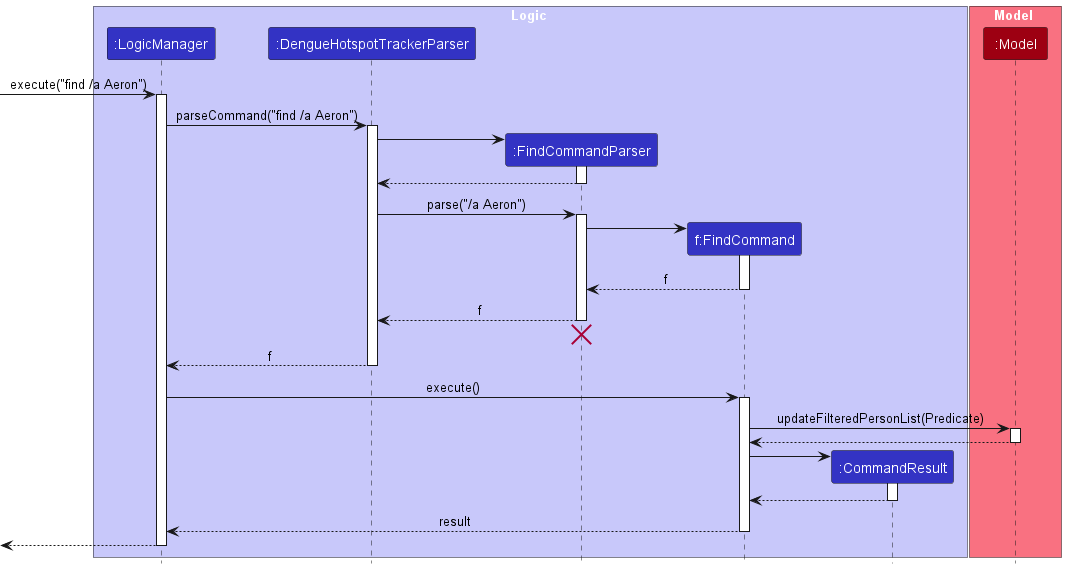
nus-cs2103-AY2223S2/tp keeps this PlantUML diagram as docs/images/PrefixFindSequenceDiagram.png. Above is the earlier version. Its source is kept beside it as docs/diagrams/dgplantuml/PrefixFindSequenceDiagram.puml. Source of this version:
```plantuml
@startuml
!include style.puml

box Logic LOGIC_COLOR_T1
participant ":LogicManager" as LogicManager LOGIC_COLOR
participant ":DengueHotspotTrackerParser" as DengueHotspotTrackerParser LOGIC_COLOR
participant ":FindCommandParser" as FindCommandParser LOGIC_COLOR
participant "f:FindCommand" as FindCommand LOGIC_COLOR
participant ":CommandResult" as CommandResult LOGIC_COLOR
end box

box Model MODEL_COLOR_T1
participant ":Model" as Model MODEL_COLOR
end box

[-> LogicManager : execute("find n/ Aeron")
activate LogicManager

LogicManager -> DengueHotspotTrackerParser : parseCommand("find n/ Aeron")
activate DengueHotspotTrackerParser

create FindCommandParser
DengueHotspotTrackerParser -> FindCommandParser
activate FindCommandParser

FindCommandParser --> DengueHotspotTrackerParser
deactivate FindCommandParser

DengueHotspotTrackerParser -> FindCommandParser : parse("n/ Aeron")
activate FindCommandParser

create FindCommand
FindCommandParser -> FindCommand
activate FindCommand

FindCommand --> FindCommandParser : f
deactivate FindCommand

FindCommandParser --> DengueHotspotTrackerParser : f
deactivate FindCommandParser
FindCommandParser -[hidden]-> DengueHotspotTrackerParser
destroy FindCommandParser

DengueHotspotTrackerParser --> LogicManager : f
deactivate DengueHotspotTrackerParser

LogicManager -> FindCommand : execute()
activate FindCommand

FindCommand -> Model : updateFilteredPersonList(Predicate)
activate Model

Model --> FindCommand
deactivate Model

create CommandResult
FindCommand -> CommandResult
activate CommandResult

CommandResult --> FindCommand
deactivate CommandResult

FindCommand --> LogicManager : result
deactivate FindCommand

[<--LogicManager
deactivate LogicManager
@enduml
```
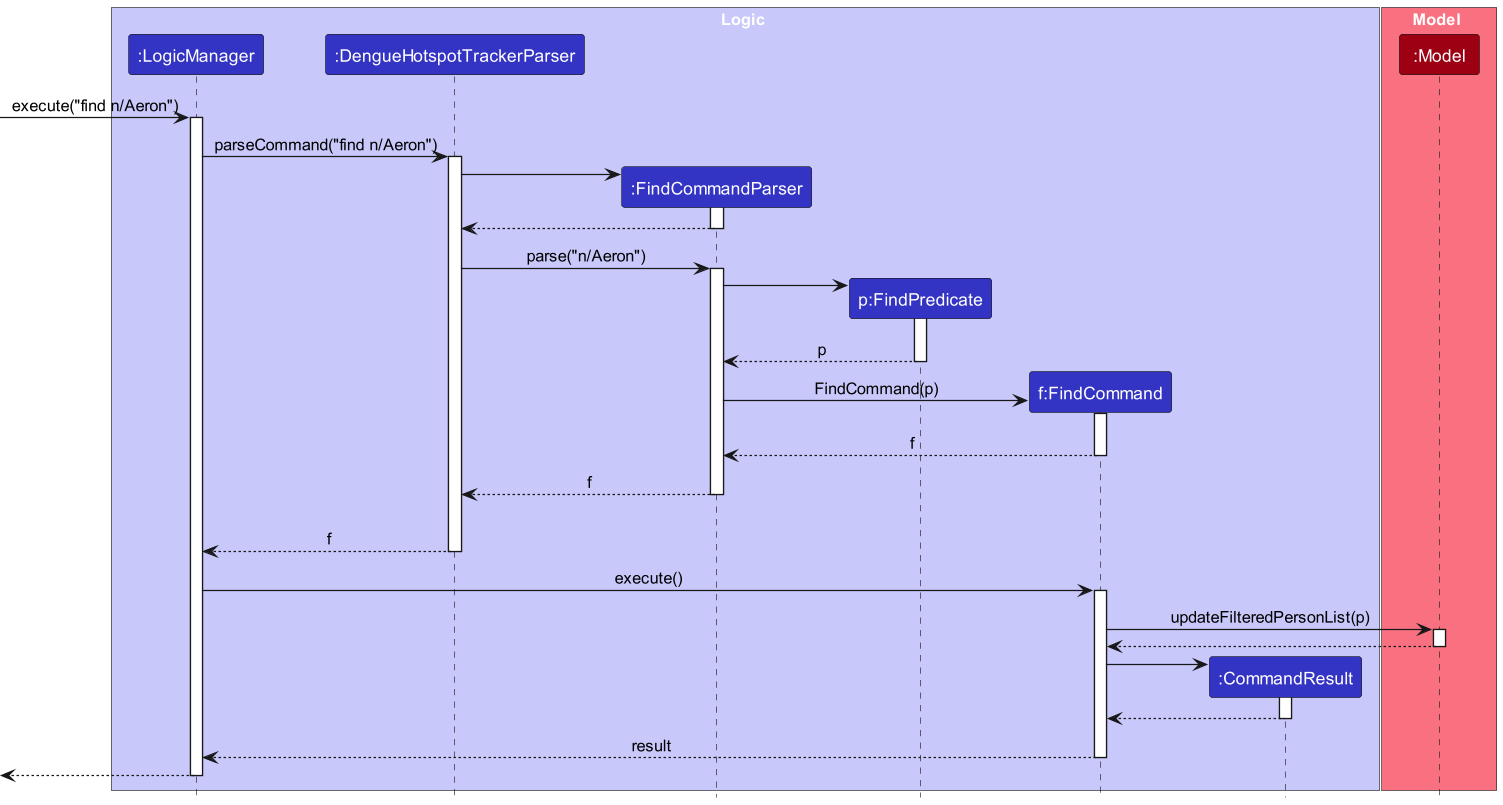
Later version of the same file.

Commit message:
Add find command sequence and activity diagrams

What changed in the source:
```diff
@@ -5,6 +5,7 @@
 participant ":LogicManager" as LogicManager LOGIC_COLOR
 participant ":DengueHotspotTrackerParser" as DengueHotspotTrackerParser LOGIC_COLOR
 participant ":FindCommandParser" as FindCommandParser LOGIC_COLOR
+participant "p:FindPredicate" as FindPredicate LOGIC_COLOR
 participant "f:FindCommand" as FindCommand LOGIC_COLOR
 participant ":CommandResult" as CommandResult LOGIC_COLOR
 end box
@@ -13,10 +14,10 @@
 participant ":Model" as Model MODEL_COLOR
 end box
 
-[-> LogicManager : execute("find n/ Aeron")
+[-> LogicManager : execute("find n/Aeron")
 activate LogicManager
 
-LogicManager -> DengueHotspotTrackerParser : parseCommand("find n/ Aeron")
+LogicManager -> DengueHotspotTrackerParser : parseCommand("find n/Aeron")
 activate DengueHotspotTrackerParser
 
 create FindCommandParser
@@ -26,11 +27,19 @@
 FindCommandParser --> DengueHotspotTrackerParser
 deactivate FindCommandParser
 
-DengueHotspotTrackerParser -> FindCommandParser : parse("n/ Aeron")
+DengueHotspotTrackerParser -> FindCommandParser : parse("n/Aeron")
 activate FindCommandParser
 
+
+create FindPredicate
+FindCommandParser -> FindPredicate
+activate FindPredicate
+
+FindPredicate  --> FindCommandParser : p
+deactivate FindPredicate
+
 create FindCommand
-FindCommandParser -> FindCommand
+FindCommandParser -> FindCommand : FindCommand(p)
 activate FindCommand
 
 FindCommand --> FindCommandParser : f
@@ -39,7 +48,6 @@
 FindCommandParser --> DengueHotspotTrackerParser : f
 deactivate FindCommandParser
 FindCommandParser -[hidden]-> DengueHotspotTrackerParser
-destroy FindCommandParser
 
 DengueHotspotTrackerParser --> LogicManager : f
 deactivate DengueHotspotTrackerParser
@@ -47,7 +55,7 @@
 LogicManager -> FindCommand : execute()
 activate FindCommand
 
-FindCommand -> Model : updateFilteredPersonList(Predicate)
+FindCommand -> Model : updateFilteredPersonList(p)
 activate Model
 
 Model --> FindCommand
```
